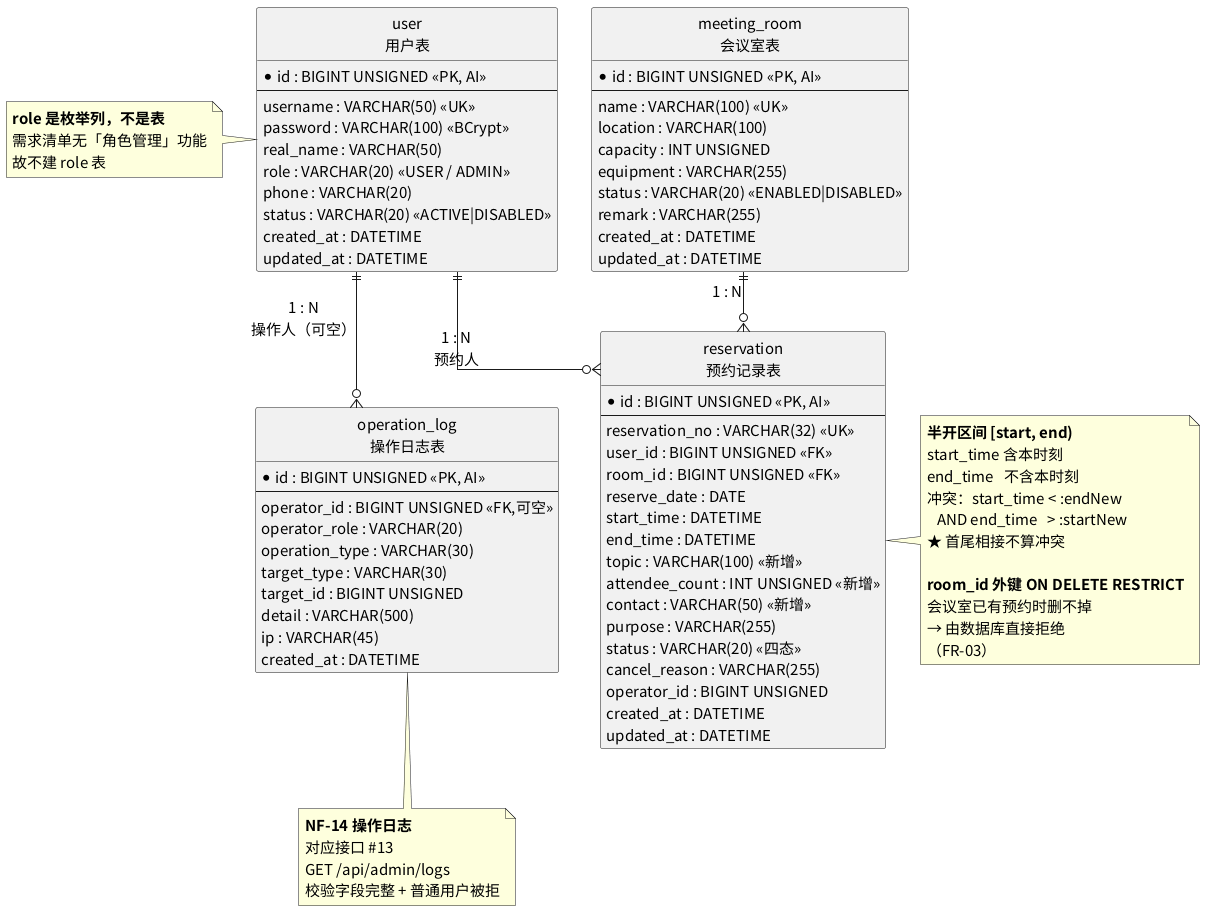
This is docs/week07-08/图/04_ER图.png from KYOUKI-FISH/comprehensive-design, a PlantUML export, as it was before one commit. The source it was exported from:
```plantuml
@startuml

hide circle
skinparam linetype ortho
skinparam defaultFontSize 15
skinparam defaultFontName "Noto Sans CJK SC"
skinparam shadowing false
skinparam rectangle {
  BorderColor #4a5568
  BackgroundColor #f7fafc
  FontColor #1a202c
}
skinparam entity {
  BorderColor #2c5282
  BackgroundColor #ffffff
  FontColor #1a202c
}
skinparam attribute {
  FontColor #2d3748
  BackgroundColor #ffffff
}
skinparam relationship {
  FontColor #2c5282
  FontStyle bold
}

entity "user\n用户表" as user {
  * id : BIGINT UNSIGNED <<PK, AI>>
  --
  username : VARCHAR(50) <<UK>>
  password : VARCHAR(100) <<BCrypt>>
  real_name : VARCHAR(50)
  role : VARCHAR(20) <<USER / ADMIN>>
  phone : VARCHAR(20)
  status : VARCHAR(20) <<ACTIVE|DISABLED>>
  created_at : DATETIME
  updated_at : DATETIME
}

entity "meeting_room\n会议室表" as room {
  * id : BIGINT UNSIGNED <<PK, AI>>
  --
  name : VARCHAR(100) <<UK>>
  location : VARCHAR(100)
  capacity : INT UNSIGNED
  equipment : VARCHAR(255)
  status : VARCHAR(20) <<ENABLED|DISABLED>>
  remark : VARCHAR(255)
  created_at : DATETIME
  updated_at : DATETIME
}

entity "reservation\n预约记录表" as resv {
  * id : BIGINT UNSIGNED <<PK, AI>>
  --
  reservation_no : VARCHAR(32) <<UK>>
  user_id : BIGINT UNSIGNED <<FK>>
  room_id : BIGINT UNSIGNED <<FK>>
  reserve_date : DATE
  start_time : DATETIME
  end_time : DATETIME
  topic : VARCHAR(100) <<新增>>
  attendee_count : INT UNSIGNED <<新增>>
  contact : VARCHAR(50) <<新增>>
  purpose : VARCHAR(255)
  status : VARCHAR(20) <<四态>>
  cancel_reason : VARCHAR(255)
  operator_id : BIGINT UNSIGNED
  created_at : DATETIME
  updated_at : DATETIME
}

entity "operation_log\n操作日志表" as oplog {
  * id : BIGINT UNSIGNED <<PK, AI>>
  --
  operator_id : BIGINT UNSIGNED <<FK,可空>>
  operator_role : VARCHAR(20)
  operation_type : VARCHAR(30)
  target_type : VARCHAR(30)
  target_id : BIGINT UNSIGNED
  detail : VARCHAR(500)
  ip : VARCHAR(45)
  created_at : DATETIME
}

user ||--o{ resv : "1 : N\n预约人"
room  ||--o{ resv : "1 : N"
user ||--o{ oplog : "1 : N\n操作人（可空）"

note right of resv
  **半开区间 [start, end)**
  start_time 含本时刻
  end_time   不含本时刻
  冲突：start_time < :endNew
     AND end_time   > :startNew
  ★ 首尾相接不算冲突

  **room_id 外键 ON DELETE RESTRICT**
  会议室已有预约时删不掉
  → 由数据库直接拒绝
  （FR-03）
end note

note bottom of oplog
  **NF-14 操作日志**
  对应接口 #13
  GET /api/admin/logs
  校验字段完整 + 普通用户被拒
end note

note left of user
  **role 是枚举列，不是表**
  需求清单无「角色管理」功能
  故不建 role 表
end note

@enduml
```
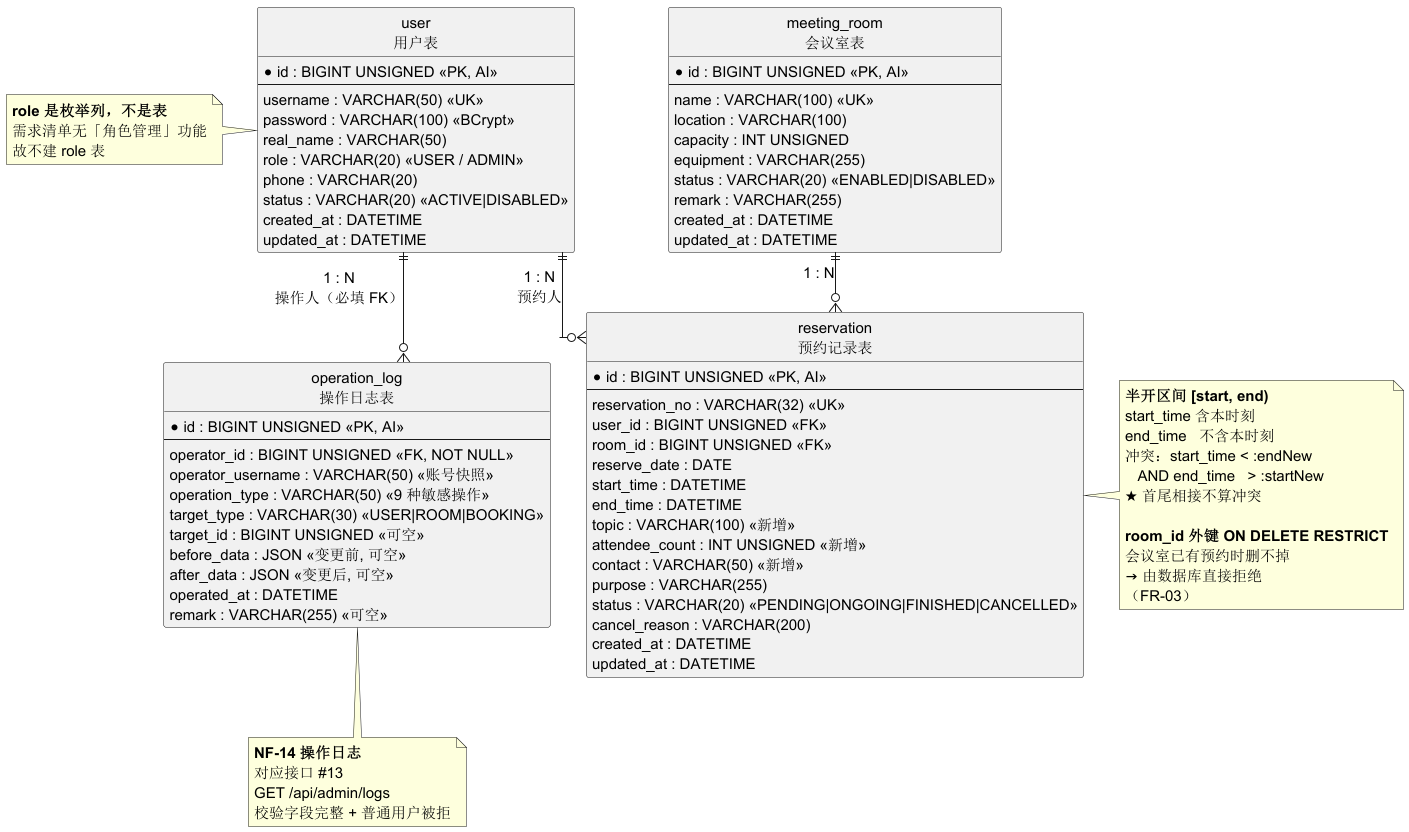
Later version of the same file.

Commit message:
第8周（虞业宸）：E-R图与《数据库与接口设计》对齐已实测脚本（唯一事实源）

Diff of the diagram source:
```diff
@@ -63,9 +63,8 @@
   attendee_count : INT UNSIGNED <<新增>>
   contact : VARCHAR(50) <<新增>>
   purpose : VARCHAR(255)
-  status : VARCHAR(20) <<四态>>
-  cancel_reason : VARCHAR(255)
-  operator_id : BIGINT UNSIGNED
+  status : VARCHAR(20) <<PENDING|ONGOING|FINISHED|CANCELLED>>
+  cancel_reason : VARCHAR(200)
   created_at : DATETIME
   updated_at : DATETIME
 }
@@ -73,19 +72,20 @@
 entity "operation_log\n操作日志表" as oplog {
   * id : BIGINT UNSIGNED <<PK, AI>>
   --
-  operator_id : BIGINT UNSIGNED <<FK,可空>>
-  operator_role : VARCHAR(20)
-  operation_type : VARCHAR(30)
-  target_type : VARCHAR(30)
-  target_id : BIGINT UNSIGNED
-  detail : VARCHAR(500)
-  ip : VARCHAR(45)
-  created_at : DATETIME
+  operator_id : BIGINT UNSIGNED <<FK, NOT NULL>>
+  operator_username : VARCHAR(50) <<账号快照>>
+  operation_type : VARCHAR(50) <<9 种敏感操作>>
+  target_type : VARCHAR(30) <<USER|ROOM|BOOKING>>
+  target_id : BIGINT UNSIGNED <<可空>>
+  before_data : JSON <<变更前, 可空>>
+  after_data : JSON <<变更后, 可空>>
+  operated_at : DATETIME
+  remark : VARCHAR(255) <<可空>>
 }
 
 user ||--o{ resv : "1 : N\n预约人"
 room  ||--o{ resv : "1 : N"
-user ||--o{ oplog : "1 : N\n操作人（可空）"
+user ||--o{ oplog : "1 : N\n操作人（必填 FK）"
 
 note right of resv
   **半开区间 [start, end)**
```
